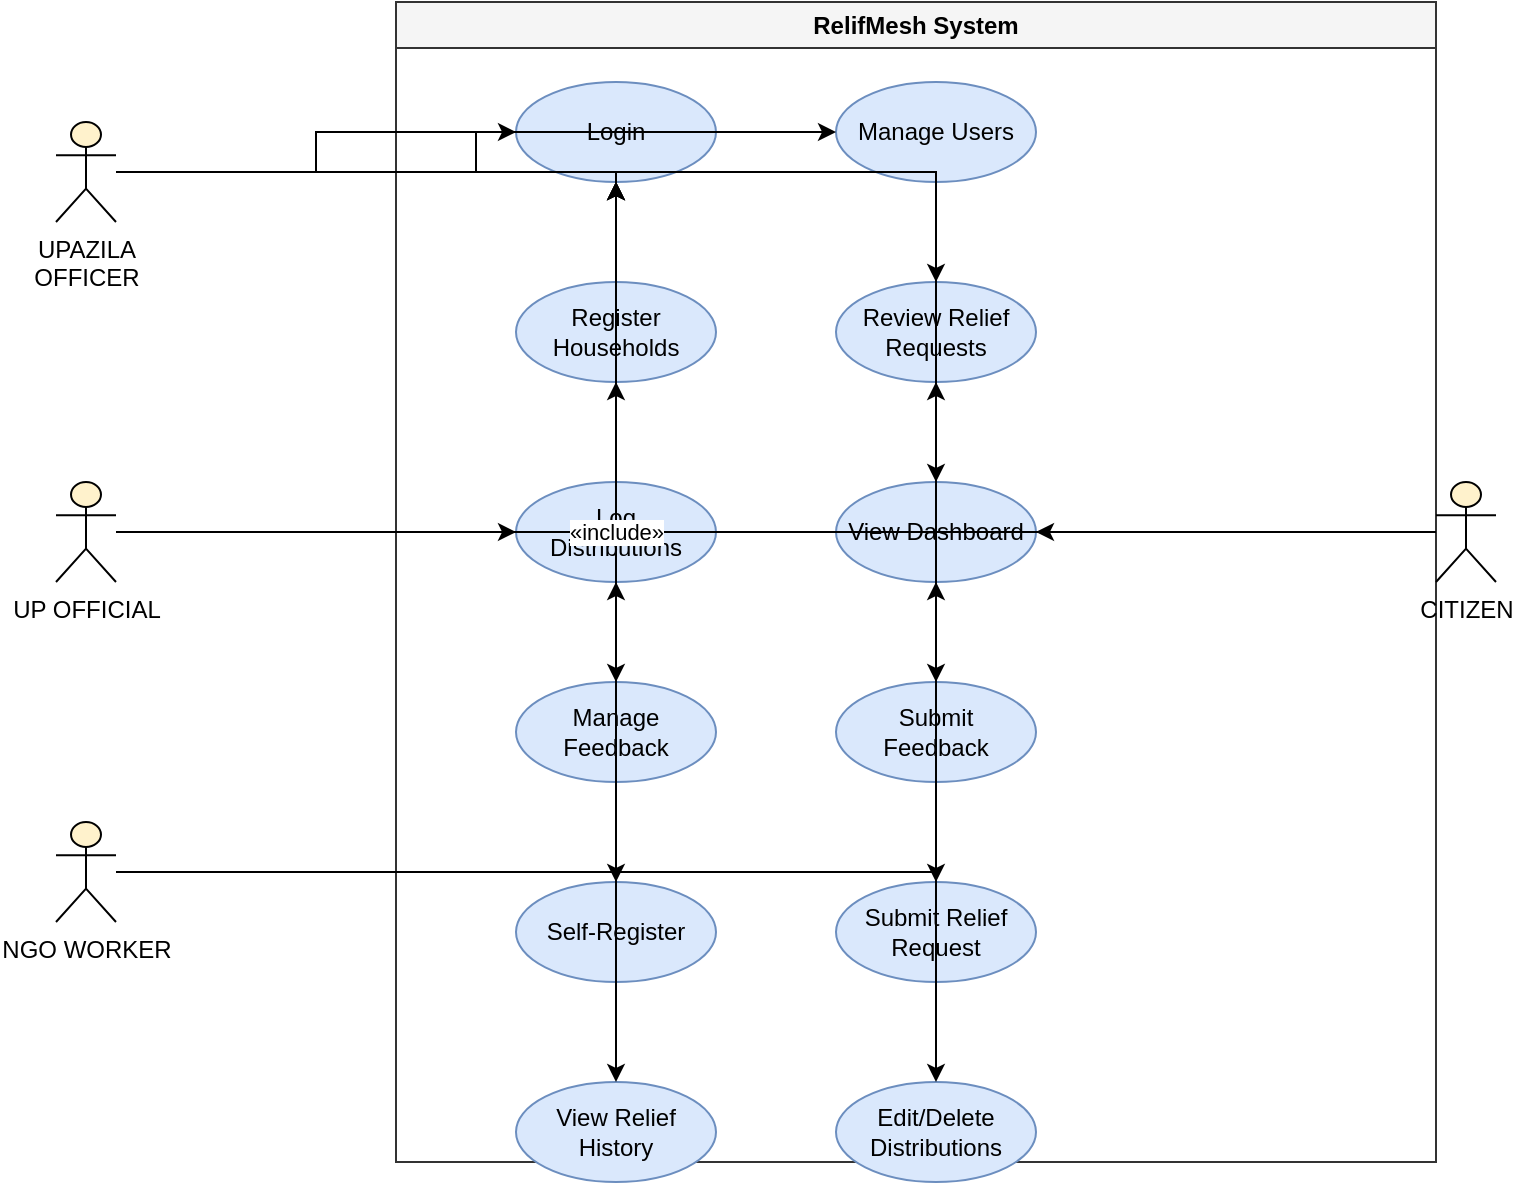
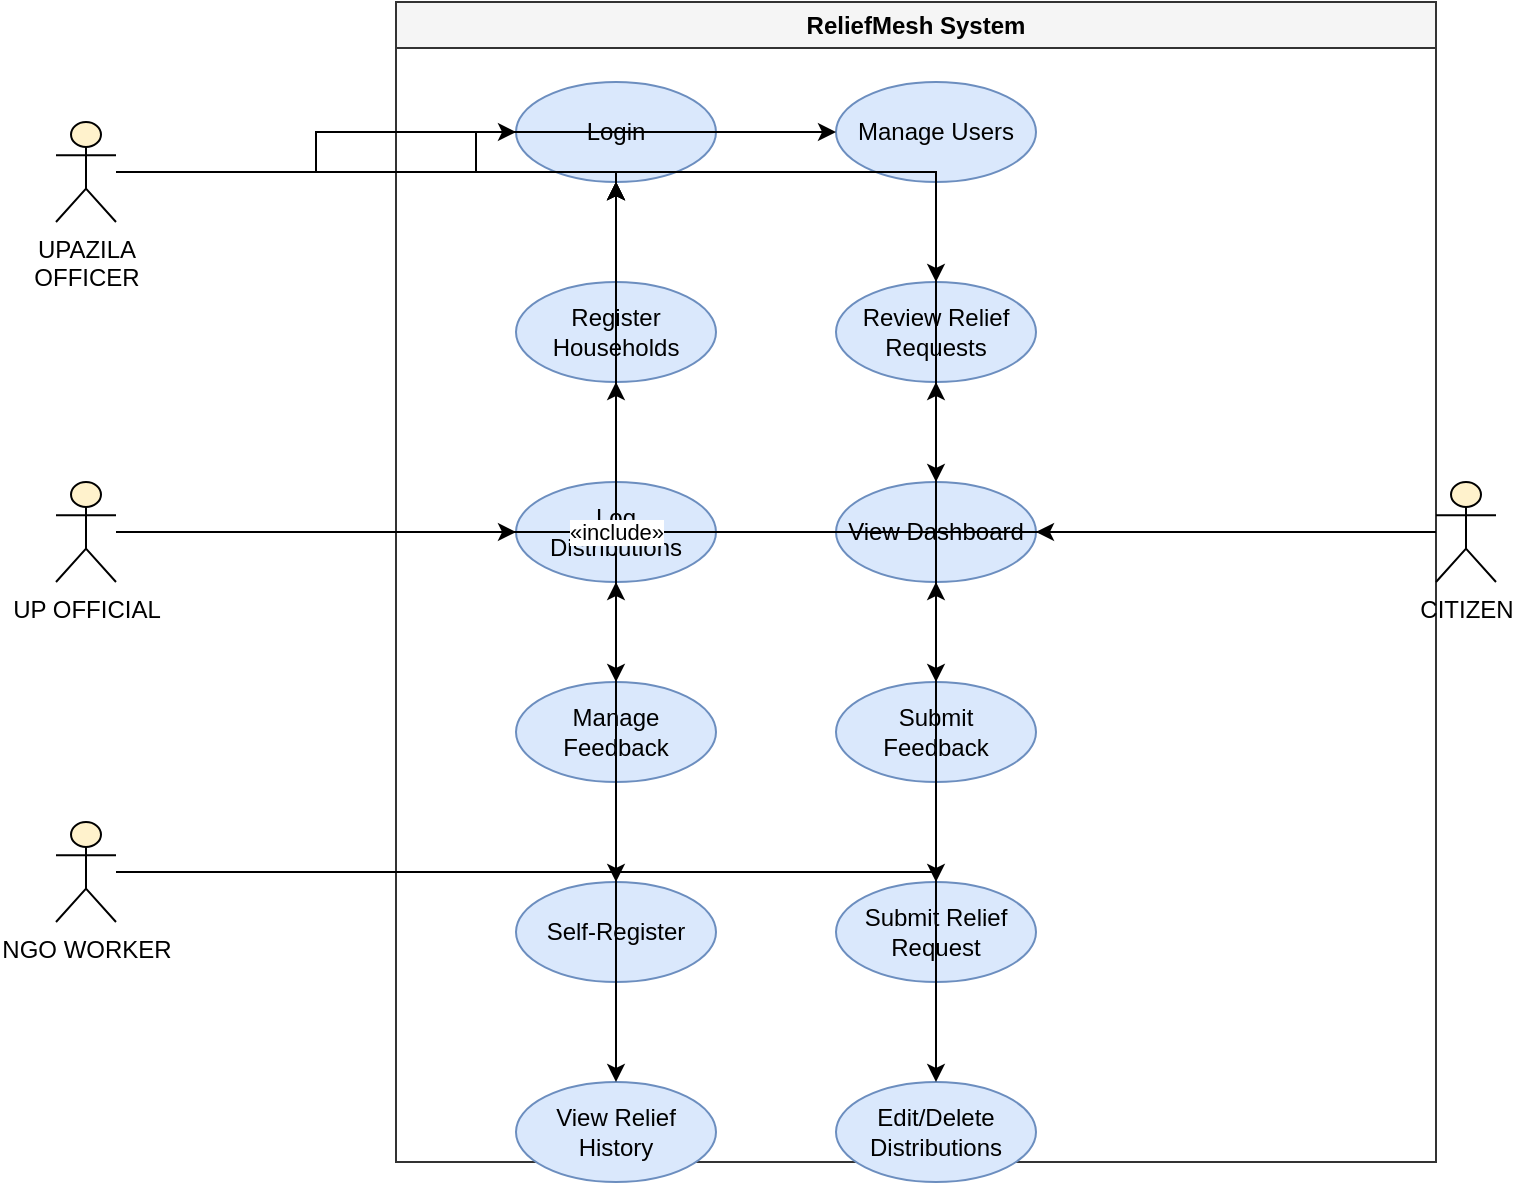
<?xml version="1.0" encoding="UTF-8"?>
- <mxfile host="RelifMesh" modified="2026-06-10T10:00:00.000Z">
+ <mxfile host="ReliefMesh" modified="2026-06-10T10:00:00.000Z">
  <diagram id="usecase-diagram" name="Use Case Diagram">
    <mxGraphModel dx="1262" dy="794" grid="1" gridSize="10" guides="1" tooltips="1" connect="1" arrows="1" fold="1" page="1" pageScale="1" pageWidth="1100" pageHeight="850" math="0" shadow="0">
      <root>
        <mxCell id="0" />
        <mxCell id="1" parent="0" />

        <!-- System Boundary -->
-         <mxCell id="sys" value="RelifMesh System" style="swimlane;whiteSpace=wrap;html=1;fontStyle=1;fillColor=#f5f5f5;strokeColor=#333333;" vertex="1" parent="1">
+         <mxCell id="sys" value="ReliefMesh System" style="swimlane;whiteSpace=wrap;html=1;fontStyle=1;fillColor=#f5f5f5;strokeColor=#333333;" vertex="1" parent="1">
          <mxGeometry x="200" y="40" width="520" height="580" as="geometry" />
        </mxCell>

        <!-- === ACTORS === -->

        <!-- UPAZILA OFFICER -->
        <mxCell id="actor-upazila" value="UPAZILA&#10;OFFICER" style="shape=umlActor;verticalLabelPosition=bottom;verticalAlign=top;html=1;outlineConnect=0;fillColor=#fff2cc;" vertex="1" parent="1">
          <mxGeometry x="30" y="100" width="30" height="50" as="geometry" />
        </mxCell>

        <!-- UP OFFICIAL -->
        <mxCell id="actor-up" value="UP OFFICIAL" style="shape=umlActor;verticalLabelPosition=bottom;verticalAlign=top;html=1;outlineConnect=0;fillColor=#fff2cc;" vertex="1" parent="1">
          <mxGeometry x="30" y="280" width="30" height="50" as="geometry" />
        </mxCell>

        <!-- NGO WORKER -->
        <mxCell id="actor-ngo" value="NGO WORKER" style="shape=umlActor;verticalLabelPosition=bottom;verticalAlign=top;html=1;outlineConnect=0;fillColor=#fff2cc;" vertex="1" parent="1">
          <mxGeometry x="30" y="450" width="30" height="50" as="geometry" />
        </mxCell>

        <!-- CITIZEN -->
        <mxCell id="actor-citizen" value="CITIZEN" style="shape=umlActor;verticalLabelPosition=bottom;verticalAlign=top;html=1;outlineConnect=0;fillColor=#fff2cc;" vertex="1" parent="1">
          <mxGeometry x="720" y="280" width="30" height="50" as="geometry" />
        </mxCell>

        <!-- === USE CASES === -->

        <!-- UC1: Login -->
        <mxCell id="uc1" value="Login" style="ellipse;whiteSpace=wrap;html=1;fillColor=#dae8fc;strokeColor=#6c8ebf;" vertex="1" parent="1">
          <mxGeometry x="260" y="80" width="100" height="50" as="geometry" />
        </mxCell>

        <!-- UC2: Manage Users -->
        <mxCell id="uc2" value="Manage Users" style="ellipse;whiteSpace=wrap;html=1;fillColor=#dae8fc;strokeColor=#6c8ebf;" vertex="1" parent="1">
          <mxGeometry x="420" y="80" width="100" height="50" as="geometry" />
        </mxCell>

        <!-- UC3: Register Households -->
        <mxCell id="uc3" value="Register&#10;Households" style="ellipse;whiteSpace=wrap;html=1;fillColor=#dae8fc;strokeColor=#6c8ebf;" vertex="1" parent="1">
          <mxGeometry x="260" y="180" width="100" height="50" as="geometry" />
        </mxCell>

        <!-- UC4: Manage Relief Requests -->
        <mxCell id="uc4" value="Review Relief&#10;Requests" style="ellipse;whiteSpace=wrap;html=1;fillColor=#dae8fc;strokeColor=#6c8ebf;" vertex="1" parent="1">
          <mxGeometry x="420" y="180" width="100" height="50" as="geometry" />
        </mxCell>

        <!-- UC5: Log Distributions -->
        <mxCell id="uc5" value="Log&#10;Distributions" style="ellipse;whiteSpace=wrap;html=1;fillColor=#dae8fc;strokeColor=#6c8ebf;" vertex="1" parent="1">
          <mxGeometry x="260" y="280" width="100" height="50" as="geometry" />
        </mxCell>

        <!-- UC6: View Dashboard -->
        <mxCell id="uc6" value="View Dashboard" style="ellipse;whiteSpace=wrap;html=1;fillColor=#dae8fc;strokeColor=#6c8ebf;" vertex="1" parent="1">
          <mxGeometry x="420" y="280" width="100" height="50" as="geometry" />
        </mxCell>

        <!-- UC7: Manage Feedback -->
        <mxCell id="uc7" value="Manage&#10;Feedback" style="ellipse;whiteSpace=wrap;html=1;fillColor=#dae8fc;strokeColor=#6c8ebf;" vertex="1" parent="1">
          <mxGeometry x="260" y="380" width="100" height="50" as="geometry" />
        </mxCell>

        <!-- UC8: Submit Feedback -->
        <mxCell id="uc8" value="Submit&#10;Feedback" style="ellipse;whiteSpace=wrap;html=1;fillColor=#dae8fc;strokeColor=#6c8ebf;" vertex="1" parent="1">
          <mxGeometry x="420" y="380" width="100" height="50" as="geometry" />
        </mxCell>

        <!-- UC9: Self-Register -->
        <mxCell id="uc9" value="Self-Register" style="ellipse;whiteSpace=wrap;html=1;fillColor=#dae8fc;strokeColor=#6c8ebf;" vertex="1" parent="1">
          <mxGeometry x="260" y="480" width="100" height="50" as="geometry" />
        </mxCell>

        <!-- UC10: Submit Relief Request -->
        <mxCell id="uc10" value="Submit Relief&#10;Request" style="ellipse;whiteSpace=wrap;html=1;fillColor=#dae8fc;strokeColor=#6c8ebf;" vertex="1" parent="1">
          <mxGeometry x="420" y="480" width="100" height="50" as="geometry" />
        </mxCell>

        <!-- UC11: Edit/Delete Distributions -->
        <mxCell id="uc11" value="Edit/Delete&#10;Distributions" style="ellipse;whiteSpace=wrap;html=1;fillColor=#dae8fc;strokeColor=#6c8ebf;" vertex="1" parent="1">
          <mxGeometry x="420" y="580" width="100" height="50" as="geometry" />
        </mxCell>

        <!-- UC12: View Relief History -->
        <mxCell id="uc12" value="View Relief&#10;History" style="ellipse;whiteSpace=wrap;html=1;fillColor=#dae8fc;strokeColor=#6c8ebf;" vertex="1" parent="1">
          <mxGeometry x="260" y="580" width="100" height="50" as="geometry" />
        </mxCell>

        <!-- === CONNECTORS: Actor -> Use Case === -->

        <!-- UPAZILA <-> UC1 Login -->
        <mxCell id="conn-upazila-uc1" value="" style="edgeStyle=orthogonalEdgeStyle;rounded=0;orthogonalLoop=1;jettySize=auto;html=1;" edge="1" parent="1" source="actor-upazila" target="uc1">
          <mxGeometry relative="1" as="geometry" />
        </mxCell>
        <!-- UPAZILA <-> UC2 -->
        <mxCell id="conn-upazila-uc2" value="" style="edgeStyle=orthogonalEdgeStyle;rounded=0;orthogonalLoop=1;jettySize=auto;html=1;" edge="1" parent="1" source="actor-upazila" target="uc2">
          <mxGeometry relative="1" as="geometry" />
        </mxCell>
        <!-- UPAZILA <-> UC6 -->
        <mxCell id="conn-upazila-uc6" value="" style="edgeStyle=orthogonalEdgeStyle;rounded=0;orthogonalLoop=1;jettySize=auto;html=1;" edge="1" parent="1" source="actor-upazila" target="uc6">
          <mxGeometry relative="1" as="geometry" />
        </mxCell>
        <!-- UPAZILA <-> UC7 -->
        <mxCell id="conn-upazila-uc7" value="" style="edgeStyle=orthogonalEdgeStyle;rounded=0;orthogonalLoop=1;jettySize=auto;html=1;" edge="1" parent="1" source="actor-upazila" target="uc7">
          <mxGeometry relative="1" as="geometry" />
        </mxCell>
        <!-- UPAZILA <-> UC4 -->
        <mxCell id="conn-upazila-uc4" value="" style="edgeStyle=orthogonalEdgeStyle;rounded=0;orthogonalLoop=1;jettySize=auto;html=1;" edge="1" parent="1" source="actor-upazila" target="uc4">
          <mxGeometry relative="1" as="geometry" />
        </mxCell>

        <!-- UP OFFICIAL <-> UC1 -->
        <mxCell id="conn-up-uc1" value="" style="edgeStyle=orthogonalEdgeStyle;rounded=0;orthogonalLoop=1;jettySize=auto;html=1;" edge="1" parent="1" source="actor-up" target="uc1">
          <mxGeometry relative="1" as="geometry" />
        </mxCell>
        <!-- UP OFFICIAL <-> UC3 -->
        <mxCell id="conn-up-uc3" value="" style="edgeStyle=orthogonalEdgeStyle;rounded=0;orthogonalLoop=1;jettySize=auto;html=1;" edge="1" parent="1" source="actor-up" target="uc3">
          <mxGeometry relative="1" as="geometry" />
        </mxCell>
        <!-- UP OFFICIAL <-> UC5 -->
        <mxCell id="conn-up-uc5" value="" style="edgeStyle=orthogonalEdgeStyle;rounded=0;orthogonalLoop=1;jettySize=auto;html=1;" edge="1" parent="1" source="actor-up" target="uc5">
          <mxGeometry relative="1" as="geometry" />
        </mxCell>
        <!-- UP OFFICIAL <-> UC11 -->
        <mxCell id="conn-up-uc11" value="" style="edgeStyle=orthogonalEdgeStyle;rounded=0;orthogonalLoop=1;jettySize=auto;html=1;" edge="1" parent="1" source="actor-up" target="uc11">
          <mxGeometry relative="1" as="geometry" />
        </mxCell>
        <!-- UP OFFICIAL <-> UC12 -->
        <mxCell id="conn-up-uc12" value="" style="edgeStyle=orthogonalEdgeStyle;rounded=0;orthogonalLoop=1;jettySize=auto;html=1;" edge="1" parent="1" source="actor-up" target="uc12">
          <mxGeometry relative="1" as="geometry" />
        </mxCell>
        <!-- UP OFFICIAL <-> UC4 -->
        <mxCell id="conn-up-uc4" value="" style="edgeStyle=orthogonalEdgeStyle;rounded=0;orthogonalLoop=1;jettySize=auto;html=1;" edge="1" parent="1" source="actor-up" target="uc4">
          <mxGeometry relative="1" as="geometry" />
        </mxCell>

        <!-- NGO <-> UC1 -->
        <mxCell id="conn-ngo-uc1" value="" style="edgeStyle=orthogonalEdgeStyle;rounded=0;orthogonalLoop=1;jettySize=auto;html=1;" edge="1" parent="1" source="actor-ngo" target="uc1">
          <mxGeometry relative="1" as="geometry" />
        </mxCell>
        <!-- NGO <-> UC5 -->
        <mxCell id="conn-ngo-uc5" value="" style="edgeStyle=orthogonalEdgeStyle;rounded=0;orthogonalLoop=1;jettySize=auto;html=1;" edge="1" parent="1" source="actor-ngo" target="uc5">
          <mxGeometry relative="1" as="geometry" />
        </mxCell>
        <!-- NGO <-> UC6 -->
        <mxCell id="conn-ngo-uc6" value="" style="edgeStyle=orthogonalEdgeStyle;rounded=0;orthogonalLoop=1;jettySize=auto;html=1;" edge="1" parent="1" source="actor-ngo" target="uc6">
          <mxGeometry relative="1" as="geometry" />
        </mxCell>

        <!-- CITIZEN <-> UC9 -->
        <mxCell id="conn-cit-uc9" value="" style="edgeStyle=orthogonalEdgeStyle;rounded=0;orthogonalLoop=1;jettySize=auto;html=1;" edge="1" parent="1" source="actor-citizen" target="uc9">
          <mxGeometry relative="1" as="geometry" />
        </mxCell>
        <!-- CITIZEN <-> UC10 -->
        <mxCell id="conn-cit-uc10" value="" style="edgeStyle=orthogonalEdgeStyle;rounded=0;orthogonalLoop=1;jettySize=auto;html=1;" edge="1" parent="1" source="actor-citizen" target="uc10">
          <mxGeometry relative="1" as="geometry" />
        </mxCell>
        <!-- CITIZEN <-> UC8 -->
        <mxCell id="conn-cit-uc8" value="" style="edgeStyle=orthogonalEdgeStyle;rounded=0;orthogonalLoop=1;jettySize=auto;html=1;" edge="1" parent="1" source="actor-citizen" target="uc8">
          <mxGeometry relative="1" as="geometry" />
        </mxCell>
        <!-- CITIZEN <-> UC6 -->
        <mxCell id="conn-cit-uc6" value="" style="edgeStyle=orthogonalEdgeStyle;rounded=0;orthogonalLoop=1;jettySize=auto;html=1;" edge="1" parent="1" source="actor-citizen" target="uc6">
          <mxGeometry relative="1" as="geometry" />
        </mxCell>
        <!-- CITIZEN <-> UC1 -->
        <mxCell id="conn-cit-uc1" value="" style="edgeStyle=orthogonalEdgeStyle;rounded=0;orthogonalLoop=1;jettySize=auto;html=1;" edge="1" parent="1" source="actor-citizen" target="uc1">
          <mxGeometry relative="1" as="geometry" />
        </mxCell>

        <!-- <<include>> Login -> UC9 Self-Register (citizen doesn't need login first) -->
        <mxCell id="inc-include" value="«include»" style="edgeStyle=orthogonalEdgeStyle;rounded=0;orthogonalLoop=1;jettySize=auto;html=1;dashed=1;" edge="1" parent="1" source="uc9" target="uc1">
          <mxGeometry relative="1" as="geometry" />
        </mxCell>

      </root>
    </mxGraphModel>
  </diagram>
</mxfile>
